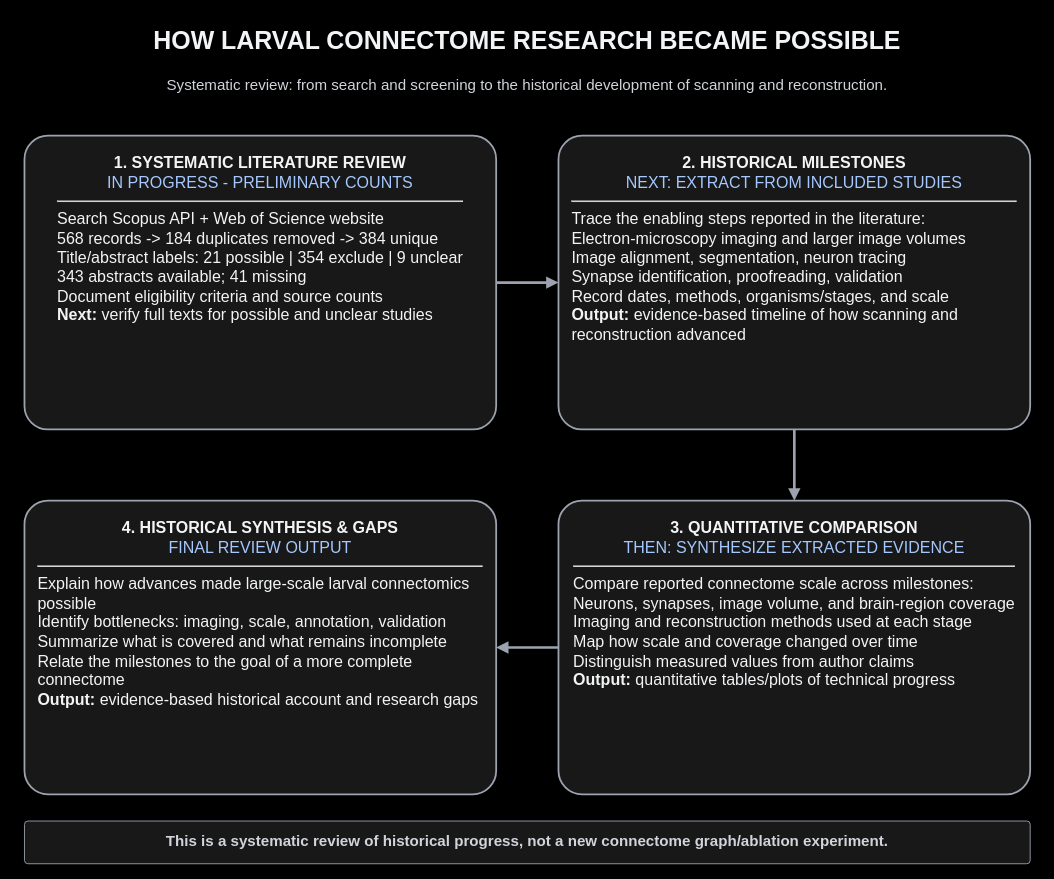
Earlier version of the draw.io diagram pipe.drawio (NicaAnatol/The-Road-to-the-Complete-Larval). Source tidied: cells renumbered, new cells numbered last; positions are measured from the earlier drawing's top-left corner, leaving out a move shared by most shapes. Both pictures are drawn from the tidied source at 89%, with x=0, y=0 at pixel (15, 15).
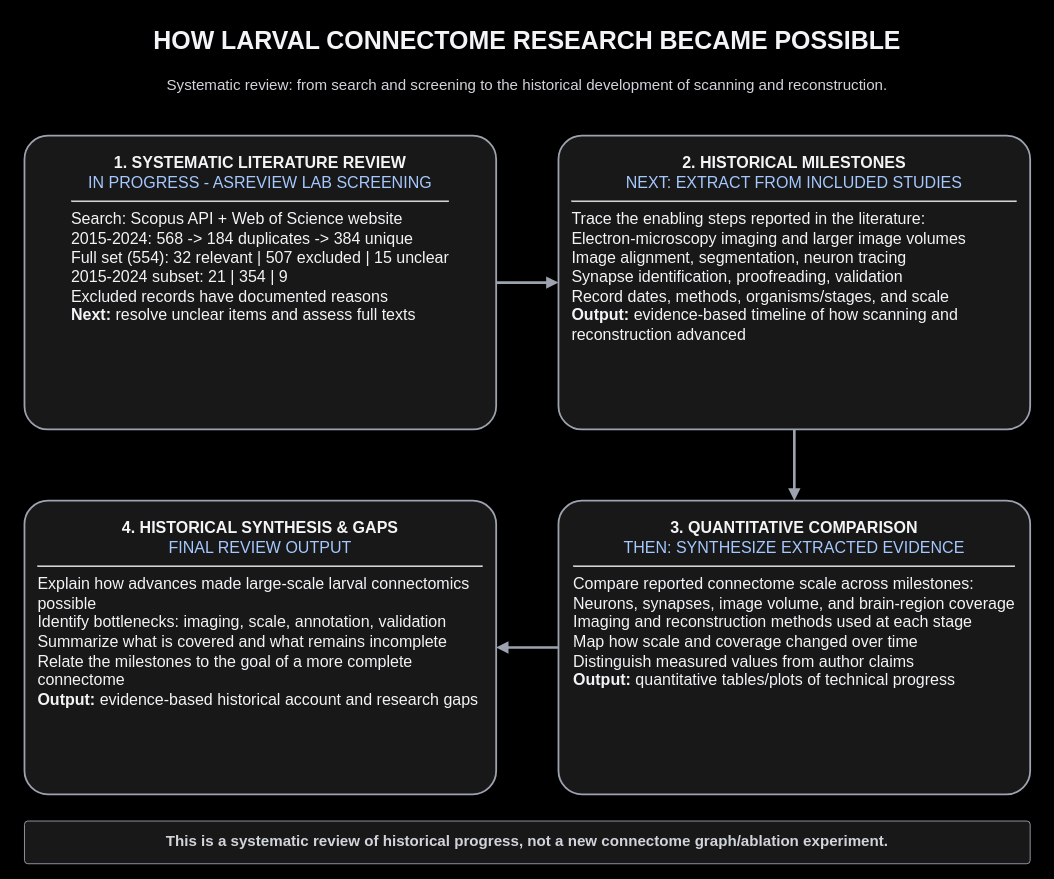
The same page after the edit.

Commit message (it also covers changes not shown here):
Document ASReview screening progress

The edit, as a diff of the source:
```diff
@@
 <mxGraphModel background="#000000">
   <root>
     <mxCell id="0" />
     <mxCell id="1" parent="0" />
     <mxCell id="2" value="HOW LARVAL CONNECTOME RESEARCH BECAME POSSIBLE" style="text;html=1;align=center;verticalAlign=middle;whiteSpace=wrap;fontSize=28;fontStyle=1;fontColor=#F3F4F6;" parent="1" vertex="1">
       <mxGeometry width="1150" height="55" as="geometry" />
     </mxCell>
     <mxCell id="3" value="Systematic review: from search and screening to the historical development of scanning and reconstruction." style="text;html=1;align=center;verticalAlign=middle;whiteSpace=wrap;fontSize=17;fontColor=#D1D5DB;" parent="1" vertex="1">
       <mxGeometry x="10" y="58" width="1130" height="42" as="geometry" />
     </mxCell>
-    <mxCell id="4" value="&lt;b&gt;1. SYSTEMATIC LITERATURE REVIEW&lt;/b&gt;&lt;br&gt;&lt;font color=&quot;#A5C8FF&quot;&gt;IN PROGRESS - PRELIMINARY COUNTS&lt;/font&gt;&lt;hr&gt;&lt;div align=&quot;left&quot;&gt;Search Scopus API + Web of Science website&lt;br&gt;568 records -&gt; 184 duplicates removed -&gt; 384 unique&lt;br&gt;Title/abstract labels: 21 possible | 354 exclude | 9 unclear&lt;br&gt;343 abstracts available; 41 missing&lt;br&gt;Document eligibility criteria and source counts&lt;br&gt;&lt;b&gt;Next:&lt;/b&gt; verify full texts for possible and unclear studies&lt;/div&gt;" style="rounded=1;whiteSpace=wrap;html=1;arcSize=8;fillColor=#181818;strokeColor=#9CA3AF;strokeWidth=2;fontColor=#F3F4F6;fontSize=18;align=center;verticalAlign=top;spacing=16;fontFamily=Arial;" parent="1" vertex="1">
+    <mxCell id="4" value="&lt;b&gt;1. SYSTEMATIC LITERATURE REVIEW&lt;/b&gt;&lt;br&gt;&lt;font color=&quot;#A5C8FF&quot;&gt;IN PROGRESS - ASREVIEW LAB SCREENING&lt;/font&gt;&lt;hr&gt;&lt;div align=&quot;left&quot;&gt;Search: Scopus API + Web of Science website&lt;br&gt;2015-2024: 568 -&gt; 184 duplicates -&gt; 384 unique&lt;br&gt;Full set (554): 32 relevant | 507 excluded | 15 unclear&lt;br&gt;2015-2024 subset: 21 | 354 | 9&lt;br&gt;Excluded records have documented reasons&lt;br&gt;&lt;b&gt;Next:&lt;/b&gt; resolve unclear items and assess full texts&lt;/div&gt;" style="rounded=1;whiteSpace=wrap;html=1;arcSize=8;fillColor=#181818;strokeColor=#9CA3AF;strokeWidth=2;fontColor=#F3F4F6;fontSize=18;align=center;verticalAlign=top;spacing=16;fontFamily=Arial;" parent="1" vertex="1">
       <mxGeometry x="10" y="135" width="530" height="330" as="geometry" />
     </mxCell>
     <mxCell id="5" value="&lt;b&gt;2. HISTORICAL MILESTONES&lt;/b&gt;&lt;br&gt;&lt;font color=&quot;#A5C8FF&quot;&gt;NEXT: EXTRACT FROM INCLUDED STUDIES&lt;/font&gt;&lt;hr&gt;&lt;div align=&quot;left&quot;&gt;Trace the enabling steps reported in the literature:&lt;br&gt;Electron-microscopy imaging and larger image volumes&lt;br&gt;Image alignment, segmentation, neuron tracing&lt;br&gt;Synapse identification, proofreading, validation&lt;br&gt;Record dates, methods, organisms/stages, and scale&lt;br&gt;&lt;b&gt;Output:&lt;/b&gt; evidence-based timeline of how scanning and reconstruction advanced&lt;/div&gt;" style="rounded=1;whiteSpace=wrap;html=1;arcSize=8;fillColor=#181818;strokeColor=#9CA3AF;strokeWidth=2;fontColor=#F3F4F6;fontSize=18;align=center;verticalAlign=top;spacing=16;fontFamily=Arial;" parent="1" vertex="1">
       <mxGeometry x="610" y="135" width="530" height="330" as="geometry" />
     </mxCell>
     <mxCell id="6" value="&lt;b&gt;3. QUANTITATIVE COMPARISON&lt;/b&gt;&lt;br&gt;&lt;font color=&quot;#A5C8FF&quot;&gt;THEN: SYNTHESIZE EXTRACTED EVIDENCE&lt;/font&gt;&lt;hr&gt;&lt;div align=&quot;left&quot;&gt;Compare reported connectome scale across milestones:&lt;br&gt;Neurons, synapses, image volume, and brain-region coverage&lt;br&gt;Imaging and reconstruction methods used at each stage&lt;br&gt;Map how scale and coverage changed over time&lt;br&gt;Distinguish measured values from author claims&lt;br&gt;&lt;b&gt;Output:&lt;/b&gt; quantitative tables/plots of technical progress&lt;/div&gt;" style="rounded=1;whiteSpace=wrap;html=1;arcSize=8;fillColor=#181818;strokeColor=#9CA3AF;strokeWidth=2;fontColor=#F3F4F6;fontSize=18;align=center;verticalAlign=top;spacing=16;fontFamily=Arial;" parent="1" vertex="1">
       <mxGeometry x="610" y="545" width="530" height="330" as="geometry" />
     </mxCell>
     <mxCell id="7" value="&lt;b&gt;4. HISTORICAL SYNTHESIS &amp;amp; GAPS&lt;/b&gt;&lt;br&gt;&lt;font color=&quot;#A5C8FF&quot;&gt;FINAL REVIEW OUTPUT&lt;/font&gt;&lt;hr&gt;&lt;div align=&quot;left&quot;&gt;Explain how advances made large-scale larval connectomics possible&lt;br&gt;Identify bottlenecks: imaging, scale, annotation, validation&lt;br&gt;Summarize what is covered and what remains incomplete&lt;br&gt;Relate the milestones to the goal of a more complete connectome&lt;br&gt;&lt;b&gt;Output:&lt;/b&gt; evidence-based historical account and research gaps&lt;/div&gt;" style="rounded=1;whiteSpace=wrap;html=1;arcSize=8;fillColor=#181818;strokeColor=#9CA3AF;strokeWidth=2;fontColor=#F3F4F6;fontSize=18;align=center;verticalAlign=top;spacing=16;fontFamily=Arial;" parent="1" vertex="1">
       <mxGeometry x="10" y="545" width="530" height="330" as="geometry" />
     </mxCell>
     <mxCell id="8" style="edgeStyle=orthogonalEdgeStyle;rounded=0;jettySize=auto;html=1;strokeWidth=3;strokeColor=#9CA3AF;endArrow=block;endFill=1;exitX=1;exitY=0.5;entryX=0;entryY=0.5;" parent="1" edge="1" source="4" target="5">
       <mxGeometry relative="1" as="geometry" />
     </mxCell>
     <mxCell id="9" style="edgeStyle=orthogonalEdgeStyle;rounded=0;jettySize=auto;html=1;strokeWidth=3;strokeColor=#9CA3AF;endArrow=block;endFill=1;exitX=0.5;exitY=1;entryX=0.5;entryY=0;" parent="1" edge="1" source="5" target="6">
       <mxGeometry relative="1" as="geometry" />
     </mxCell>
     <mxCell id="10" style="edgeStyle=orthogonalEdgeStyle;rounded=0;jettySize=auto;html=1;strokeWidth=3;strokeColor=#9CA3AF;endArrow=block;endFill=1;exitX=0;exitY=0.5;entryX=1;entryY=0.5;" parent="1" edge="1" source="6" target="7">
       <mxGeometry relative="1" as="geometry" />
     </mxCell>
     <mxCell id="11" value="This is a systematic review of historical progress, not a new connectome graph/ablation experiment." style="rounded=1;whiteSpace=wrap;html=1;arcSize=8;fillColor=#181818;strokeColor=#9CA3AF;fontColor=#D1D5DB;fontSize=17;fontStyle=1;spacing=10;fontFamily=Arial;" parent="1" vertex="1">
       <mxGeometry x="10" y="905" width="1130" height="48" as="geometry" />
     </mxCell>
   </root>
 </mxGraphModel>
```
